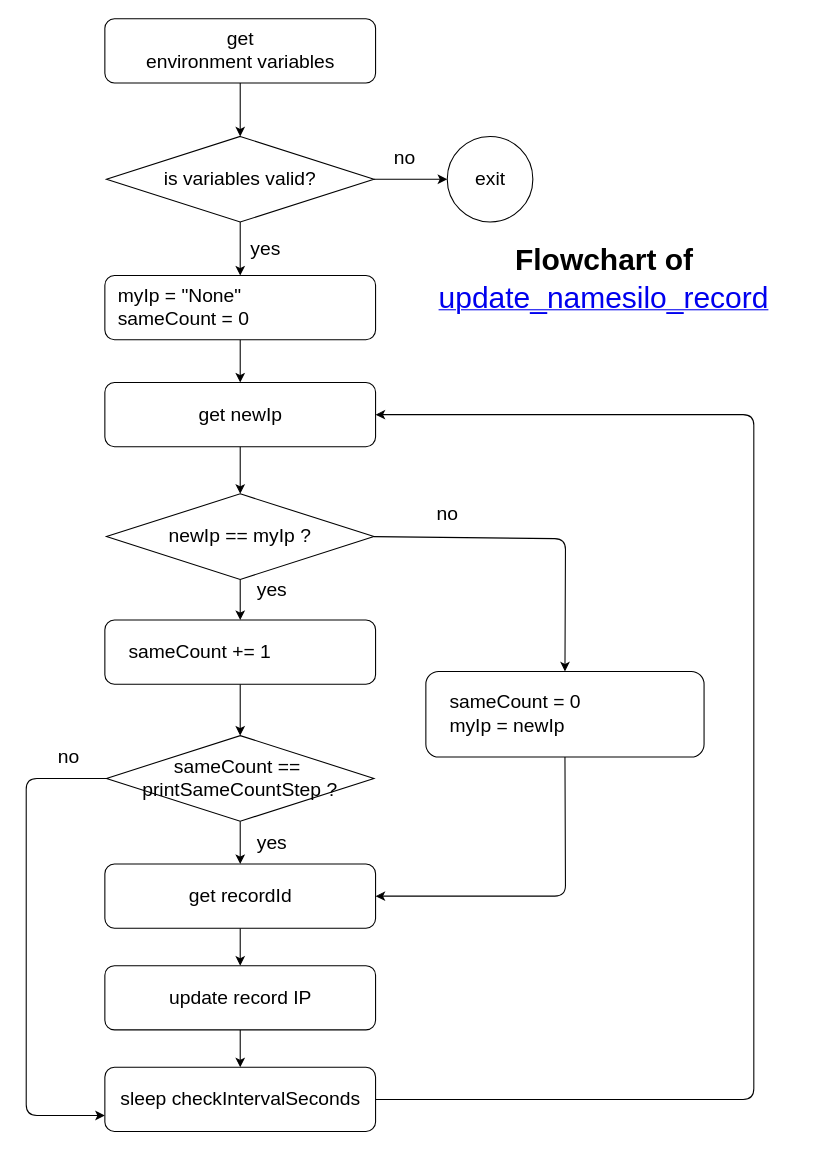
The draw.io diagram resources/update_namesilo_record.drawio in windsting/update-namesilo-record, before the edit. Source tidied: cells renumbered, new cells numbered last; positions are measured from the earlier drawing's top-left corner, leaving out a move shared by most shapes. Both pictures are drawn from the tidied source at 107%, with x=0, y=0 at pixel (26, 18).
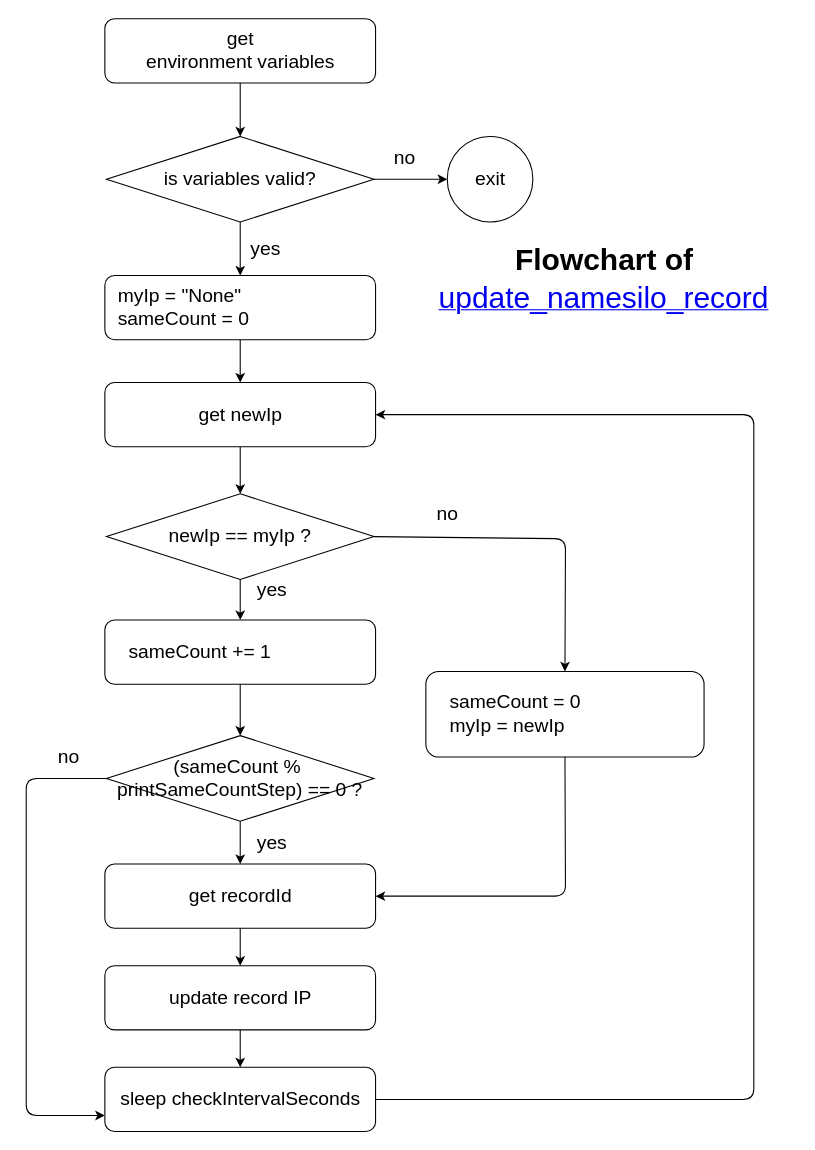
After the change.

Commit message:
fix the error for printSameCountStep determination

The edit, as a diff of the source:
```diff
@@
-    <mxCell id="19" value="&lt;font style=&quot;font-size: 18px&quot;&gt;sameCount ==&amp;nbsp; printSameCountStep ?&lt;/font&gt;" style="rhombus;whiteSpace=wrap;html=1;fontSize=18;" parent="1" vertex="1">
+    <mxCell id="19" value="&lt;font style=&quot;font-size: 18px&quot;&gt;(sameCount %&amp;nbsp; printSameCountStep) == 0 ?&lt;/font&gt;" style="rhombus;whiteSpace=wrap;html=1;fontSize=18;" parent="1" vertex="1">
       <mxGeometry x="75" y="670" width="250" height="80" as="geometry" />
     </mxCell>
```
